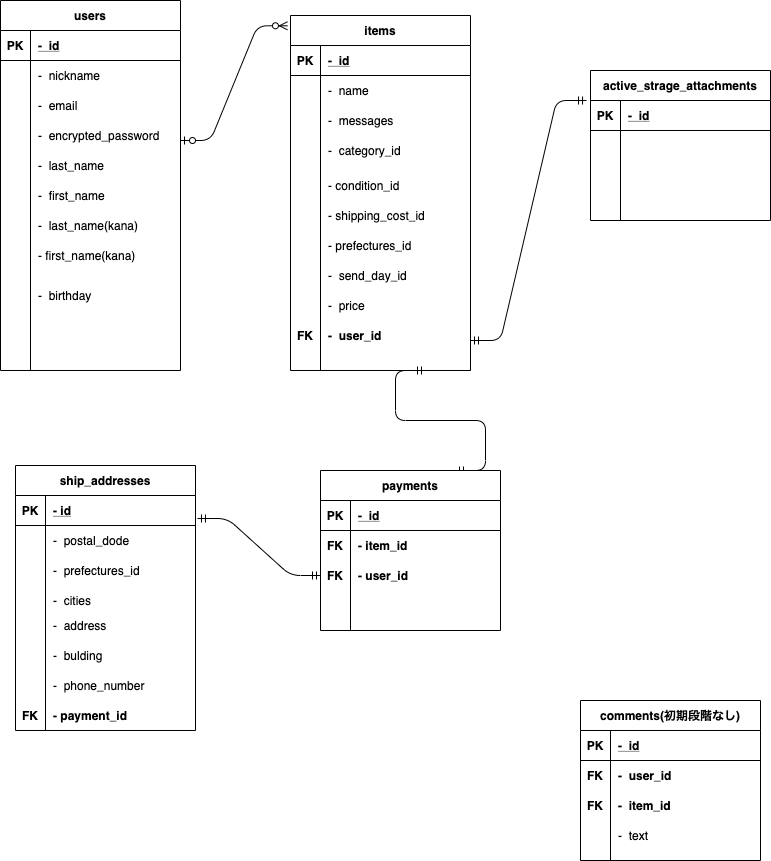
Before: furima.app.png, a diagram exported from draw.io (AkikoShinohara/furima_28752). Source tidied: cells renumbered, new cells last; positions are measured from the earlier drawing's top-left corner, leaving out a move shared by most shapes.
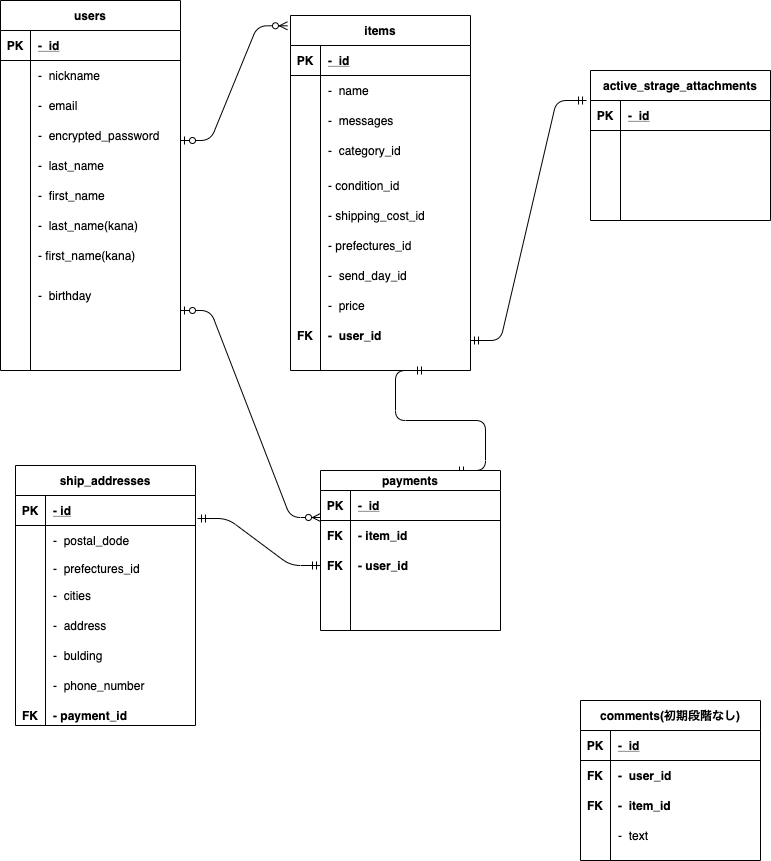
The same file after the commit.

Commit message:
userテーブルとpaymentテーブルassociation追加

Change to the diagram source:
```diff
@@ -138,11 +138,11 @@
     <mxCell id="45" value="-  category_id" style="shape=partialRectangle;fillColor=none;top=0;left=0;bottom=0;right=0;align=left;spacingLeft=6;overflow=hidden;" parent="43" vertex="1">
       <mxGeometry x="30" width="150" height="30" as="geometry" />
     </mxCell>
-    <mxCell id="46" value="payments" style="shape=table;startSize=30;rowLines=0;fontStyle=1;align=center;" parent="1" vertex="1">
+    <mxCell id="46" value="payments" style="shape=table;startSize=20;rowLines=0;fontStyle=1;align=center;" parent="1" vertex="1">
       <mxGeometry x="320" y="470" width="180" height="160" as="geometry" />
     </mxCell>
     <mxCell id="47" style="shape=partialRectangle;fillColor=none;top=0;left=0;bottom=1;right=0;" parent="46" vertex="1">
-      <mxGeometry y="30" width="180" height="30" as="geometry" />
+      <mxGeometry y="20" width="180" height="30" as="geometry" />
     </mxCell>
     <mxCell id="48" value="PK" style="shape=partialRectangle;fillColor=none;top=0;left=0;bottom=0;right=0;fontStyle=1;overflow=hidden;" parent="47" vertex="1">
       <mxGeometry width="30" height="30" as="geometry" />
@@ -151,7 +151,7 @@
       <mxGeometry x="30" width="150" height="30" as="geometry" />
     </mxCell>
     <mxCell id="50" style="shape=partialRectangle;fillColor=none;top=0;left=0;bottom=0;right=0;points=[[0,0.5],[1,0.5]];portConstraint=eastwest;" parent="46" vertex="1">
-      <mxGeometry y="60" width="180" height="30" as="geometry" />
+      <mxGeometry y="50" width="180" height="30" as="geometry" />
     </mxCell>
     <mxCell id="51" value="FK" style="shape=partialRectangle;fillColor=none;top=0;left=0;bottom=0;right=0;overflow=hidden;fontStyle=1;" parent="50" vertex="1">
       <mxGeometry width="30" height="30" as="geometry" />
@@ -160,7 +160,7 @@
       <mxGeometry x="30" width="150" height="30" as="geometry" />
     </mxCell>
     <mxCell id="53" style="shape=partialRectangle;fillColor=none;top=0;left=0;bottom=0;right=0;points=[[0,0.5],[1,0.5]];portConstraint=eastwest;" parent="46" vertex="1">
-      <mxGeometry y="90" width="180" height="30" as="geometry" />
+      <mxGeometry y="80" width="180" height="30" as="geometry" />
     </mxCell>
     <mxCell id="54" value="FK" style="shape=partialRectangle;fillColor=none;top=0;left=0;bottom=0;right=0;overflow=hidden;fontStyle=1;" parent="53" vertex="1">
       <mxGeometry width="30" height="30" as="geometry" />
@@ -169,7 +169,7 @@
       <mxGeometry x="30" width="150" height="30" as="geometry" />
     </mxCell>
     <mxCell id="56" style="shape=partialRectangle;fillColor=none;top=0;left=0;bottom=0;right=0;" parent="46" vertex="1">
-      <mxGeometry y="120" width="180" height="30" as="geometry" />
+      <mxGeometry y="110" width="180" height="30" as="geometry" />
     </mxCell>
     <mxCell id="57" style="shape=partialRectangle;fillColor=none;top=0;left=0;bottom=0;right=0;overflow=hidden;" parent="56" vertex="1">
       <mxGeometry width="30" height="30" as="geometry" />
@@ -268,7 +268,7 @@
       <mxGeometry x="15" y="700" width="30" height="30" as="geometry" />
     </mxCell>
     <mxCell id="89" value="ship_addresses" style="shape=table;startSize=30;rowLines=0;fontStyle=1;align=center;" parent="1" vertex="1">
-      <mxGeometry x="15" y="465" width="180" height="265" as="geometry" />
+      <mxGeometry x="15" y="465" width="180" height="260" as="geometry" />
     </mxCell>
     <mxCell id="90" style="shape=partialRectangle;fillColor=none;top=0;left=0;bottom=1;right=0;points=[[0,0.5],[1,0.5]];portConstraint=eastwest;" parent="89" vertex="1">
       <mxGeometry y="30" width="180" height="30" as="geometry" />
@@ -289,16 +289,16 @@
       <mxGeometry x="30" width="150" height="30" as="geometry" />
     </mxCell>
     <mxCell id="96" style="shape=partialRectangle;fillColor=none;top=0;left=0;bottom=0;right=0;" parent="89" vertex="1">
-      <mxGeometry y="90" width="180" height="30" as="geometry" />
+      <mxGeometry y="90" width="180" height="25" as="geometry" />
     </mxCell>
     <mxCell id="97" style="shape=partialRectangle;fillColor=none;top=0;left=0;bottom=0;right=0;overflow=hidden;" parent="96" vertex="1">
-      <mxGeometry width="30" height="30" as="geometry" />
+      <mxGeometry width="30" height="25" as="geometry" />
     </mxCell>
     <mxCell id="98" value="-  prefectures_id" style="shape=partialRectangle;fillColor=none;top=0;left=0;bottom=0;right=0;align=left;spacingLeft=6;overflow=hidden;" parent="96" vertex="1">
-      <mxGeometry x="30" width="150" height="30" as="geometry" />
+      <mxGeometry x="30" width="150" height="25" as="geometry" />
     </mxCell>
     <mxCell id="99" style="shape=partialRectangle;fillColor=none;top=0;left=0;bottom=0;right=0;" parent="89" vertex="1">
-      <mxGeometry y="120" width="180" height="30" as="geometry" />
+      <mxGeometry y="115" width="180" height="30" as="geometry" />
     </mxCell>
     <mxCell id="100" style="shape=partialRectangle;fillColor=none;top=0;left=0;bottom=0;right=0;overflow=hidden;" parent="99" vertex="1">
       <mxGeometry width="30" height="30" as="geometry" />
@@ -309,5 +309,10 @@
     <mxCell id="102" value="-  phone_number" style="shape=partialRectangle;fillColor=none;top=0;left=0;bottom=0;right=0;align=left;spacingLeft=6;overflow=hidden;" parent="1" vertex="1">
       <mxGeometry x="45" y="670" width="150" height="30" as="geometry" />
     </mxCell>
+    <mxCell id="103" style="edgeStyle=entityRelationEdgeStyle;fontSize=12;html=1;endArrow=ERzeroToMany;startArrow=ERzeroToOne;entryX=0;entryY=-0.1;entryDx=0;entryDy=0;entryPerimeter=0;" parent="1" edge="1" target="50">
+      <mxGeometry relative="1" as="geometry">
+        <mxPoint x="180" y="310" as="sourcePoint" />
+      </mxGeometry>
+    </mxCell>
   </root>
 </mxGraphModel>
```
